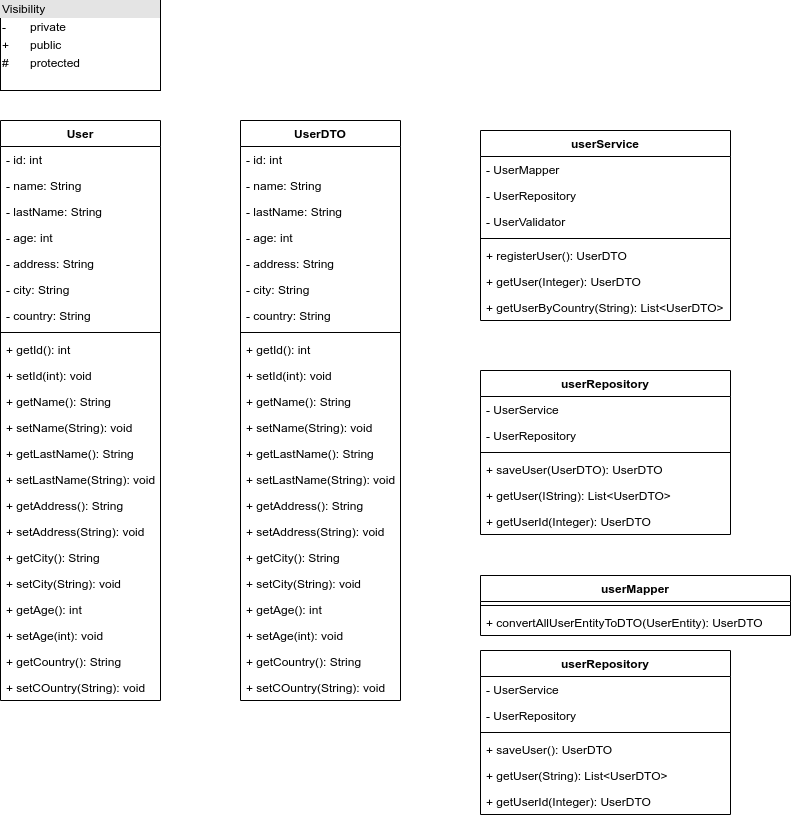
This is uml.png from BardisRenos/AtosTest, a draw.io export, as it was before one commit. Source tidied: cells renumbered, new cells last; positions are measured from the earlier drawing's top-left corner, leaving out a move shared by most shapes.
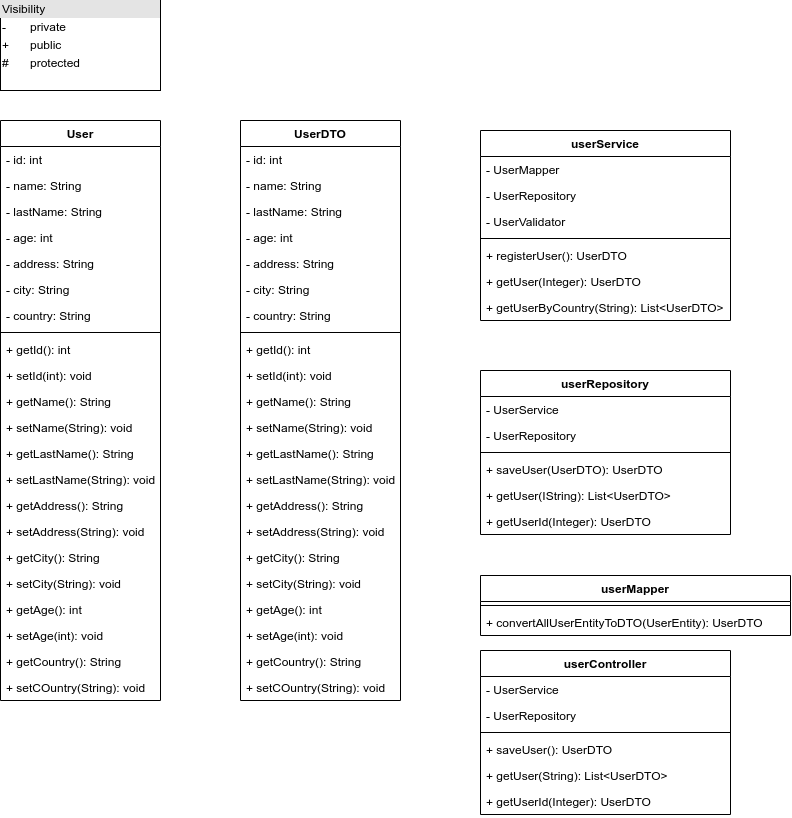
Above is the later version.

The edit, as a diff of the source:
```diff
@@ -197,7 +197,7 @@
     <mxCell id="66" value="+ convertAllUserEntityToDTO(UserEntity): UserDTO" style="text;strokeColor=none;fillColor=none;align=left;verticalAlign=top;spacingLeft=4;spacingRight=4;overflow=hidden;" parent="64" vertex="1">
       <mxGeometry y="34" width="310" height="26" as="geometry" />
     </mxCell>
-    <mxCell id="67" value="userRepository" style="swimlane;fontStyle=1;align=center;verticalAlign=top;horizontal=1;startSize=26;" parent="1" vertex="1">
+    <mxCell id="67" value="userController" style="swimlane;fontStyle=1;align=center;verticalAlign=top;horizontal=1;startSize=26;" parent="1" vertex="1">
       <mxGeometry x="480" y="650" width="250" height="164" as="geometry" />
     </mxCell>
     <mxCell id="68" value="- UserService&#10;&#10;" style="text;strokeColor=none;fillColor=none;align=left;verticalAlign=top;spacingLeft=4;spacingRight=4;overflow=hidden;" parent="67" vertex="1">
```
